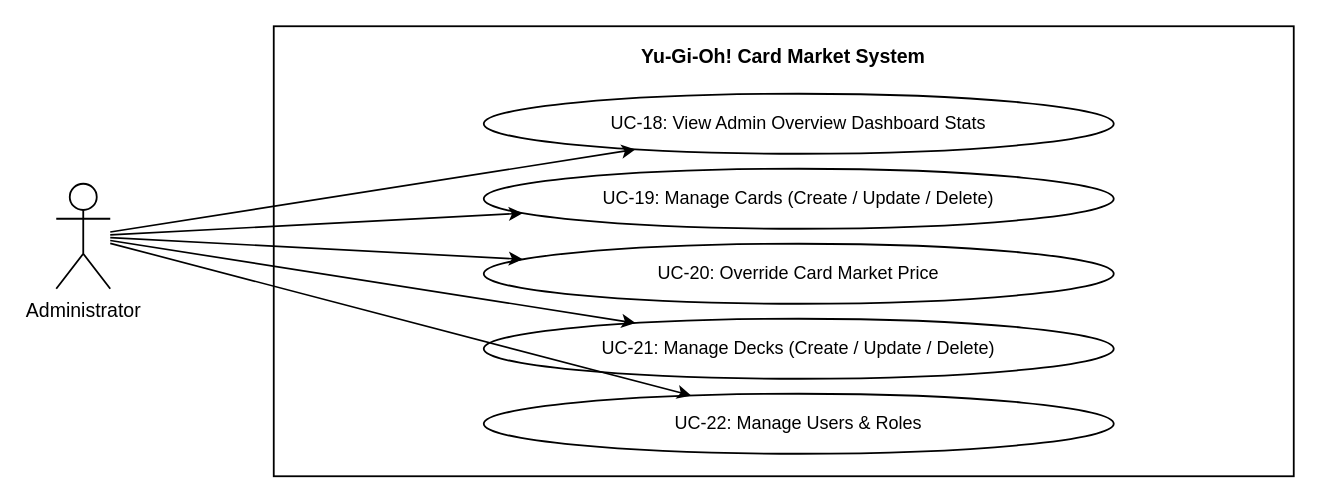
Above: page "1.3.3.3 Use Cases for Administrator" (3 of 3) of Tai lieu/Draw.io/SRS_1_3_Use_Case_Diagrams.drawio in minhthanh1806/PROJECT_SDN (draw.io), before the change. Source tidied: cells renumbered, new cells numbered last; positions are measured from the earlier drawing's top-left corner, leaving out a move shared by most shapes. Both pictures are drawn from the tidied source at 150%, with x=0, y=0 at pixel (56, 26).
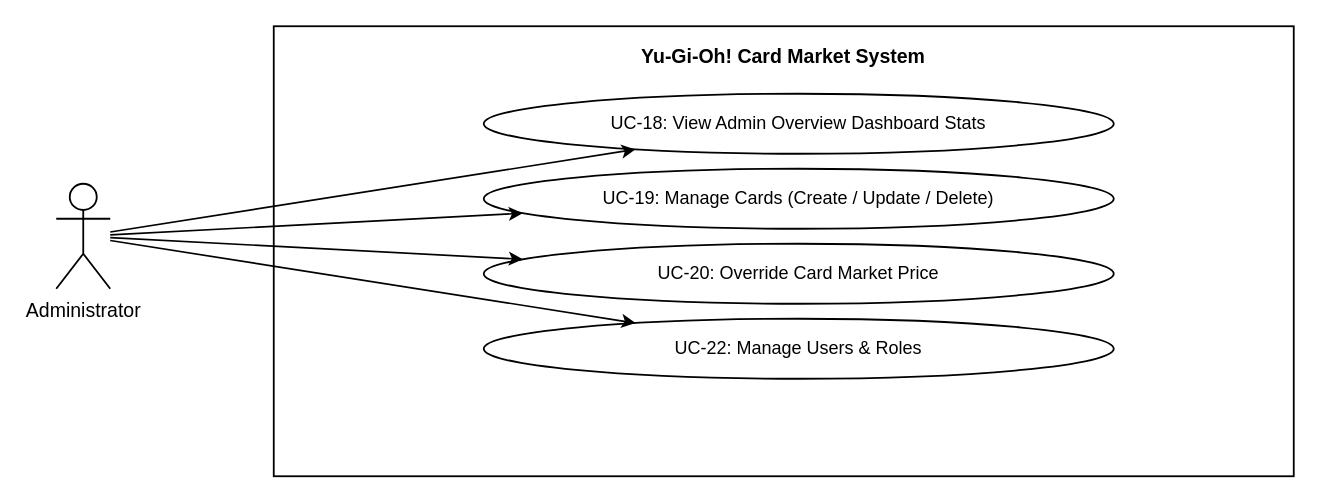
Above is the later version.

Change to the diagram source:
```diff
@@
 <mxGraphModel>
   <root>
     <mxCell id="0" />
     <mxCell id="1" parent="0" />
     <mxCell id="2" value="Yu-Gi-Oh! Card Market System" style="rounded=0;whiteSpace=wrap;html=1;fillColor=none;strokeColor=#000000;strokeWidth=1.2;verticalAlign=top;align=center;fontSize=13;fontStyle=1;fontColor=#000000;spacingTop=6;" parent="1" vertex="1">
       <mxGeometry x="145" width="680" height="300" as="geometry" />
     </mxCell>
     <mxCell id="3" value="Administrator" style="shape=umlActor;verticalLabelPosition=bottom;verticalAlign=top;html=1;outlineConnect=0;fillColor=#ffffff;strokeColor=#000000;fontColor=#000000;fontSize=13;strokeWidth=1.2;" parent="1" vertex="1">
       <mxGeometry y="105" width="36" height="70" as="geometry" />
     </mxCell>
     <mxCell id="4" value="UC-18: View Admin Overview Dashboard Stats" style="ellipse;whiteSpace=wrap;html=1;fillColor=#ffffff;strokeColor=#000000;fontColor=#000000;fontSize=12;strokeWidth=1.2;" parent="1" vertex="1">
       <mxGeometry x="285" y="45" width="420" height="40" as="geometry" />
     </mxCell>
     <mxCell id="5" style="rounded=0;html=1;endArrow=classic;endFill=1;strokeColor=#000000;fontColor=#000000;fontSize=11;labelBackgroundColor=#ffffff;strokeWidth=1.1;" parent="1" edge="1" source="3" target="4">
       <mxGeometry relative="1" as="geometry" />
     </mxCell>
     <mxCell id="6" value="UC-19: Manage Cards (Create / Update / Delete)" style="ellipse;whiteSpace=wrap;html=1;fillColor=#ffffff;strokeColor=#000000;fontColor=#000000;fontSize=12;strokeWidth=1.2;" parent="1" vertex="1">
       <mxGeometry x="285" y="95" width="420" height="40" as="geometry" />
     </mxCell>
     <mxCell id="7" style="rounded=0;html=1;endArrow=classic;endFill=1;strokeColor=#000000;fontColor=#000000;fontSize=11;labelBackgroundColor=#ffffff;strokeWidth=1.1;" parent="1" edge="1" source="3" target="6">
       <mxGeometry relative="1" as="geometry" />
     </mxCell>
     <mxCell id="8" value="UC-20: Override Card Market Price" style="ellipse;whiteSpace=wrap;html=1;fillColor=#ffffff;strokeColor=#000000;fontColor=#000000;fontSize=12;strokeWidth=1.2;" parent="1" vertex="1">
       <mxGeometry x="285" y="145" width="420" height="40" as="geometry" />
     </mxCell>
     <mxCell id="9" style="rounded=0;html=1;endArrow=classic;endFill=1;strokeColor=#000000;fontColor=#000000;fontSize=11;labelBackgroundColor=#ffffff;strokeWidth=1.1;" parent="1" edge="1" source="3" target="8">
       <mxGeometry relative="1" as="geometry" />
     </mxCell>
-    <mxCell id="10" value="UC-21: Manage Decks (Create / Update / Delete)" style="ellipse;whiteSpace=wrap;html=1;fillColor=#ffffff;strokeColor=#000000;fontColor=#000000;fontSize=12;strokeWidth=1.2;" parent="1" vertex="1">
+    <mxCell id="10" value="UC-22: Manage Users &amp; Roles" style="ellipse;whiteSpace=wrap;html=1;fillColor=#ffffff;strokeColor=#000000;fontColor=#000000;fontSize=12;strokeWidth=1.2;" parent="1" vertex="1">
       <mxGeometry x="285" y="195" width="420" height="40" as="geometry" />
     </mxCell>
     <mxCell id="11" style="rounded=0;html=1;endArrow=classic;endFill=1;strokeColor=#000000;fontColor=#000000;fontSize=11;labelBackgroundColor=#ffffff;strokeWidth=1.1;" parent="1" edge="1" source="3" target="10">
       <mxGeometry relative="1" as="geometry" />
     </mxCell>
-    <mxCell id="12" value="UC-22: Manage Users &amp; Roles" style="ellipse;whiteSpace=wrap;html=1;fillColor=#ffffff;strokeColor=#000000;fontColor=#000000;fontSize=12;strokeWidth=1.2;" parent="1" vertex="1">
-      <mxGeometry x="285" y="245" width="420" height="40" as="geometry" />
-    </mxCell>
-    <mxCell id="13" style="rounded=0;html=1;endArrow=classic;endFill=1;strokeColor=#000000;fontColor=#000000;fontSize=11;labelBackgroundColor=#ffffff;strokeWidth=1.1;" parent="1" edge="1" source="3" target="12">
-      <mxGeometry relative="1" as="geometry" />
-    </mxCell>
   </root>
 </mxGraphModel>
```
